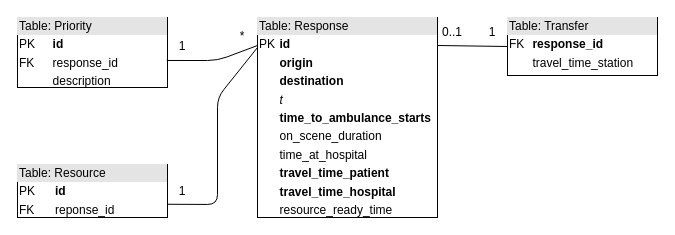
Before: providentia-docs/report/drawio/relational-design-sim.drawio in DavidBakerEffendi/providentia, a draw.io diagram. Source tidied: cells renumbered, new cells numbered last; positions are measured from the earlier drawing's top-left corner, leaving out a move shared by most shapes. Both pictures are drawn from the tidied source at 100%, with x=0, y=0 at pixel (17, 17).
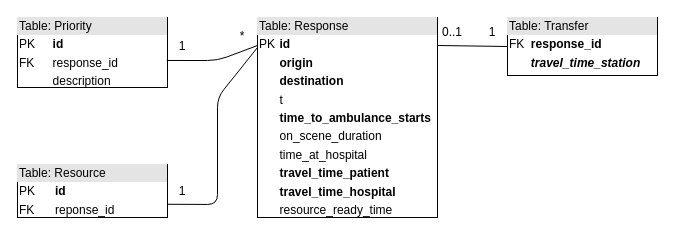
Above is the later version.

Commit message (it also covers changes not shown here):
Updated schema diagrams

The edit, as a diff of the source:
```diff
@@
 <mxGraphModel>
   <root>
     <mxCell id="0" />
     <mxCell id="1" parent="0" />
-    <mxCell id="2" value="&lt;div style=&quot;box-sizing: border-box ; width: 100% ; background: #e4e4e4 ; padding: 2px&quot;&gt;Table: Response&lt;/div&gt;&lt;table style=&quot;width: 100% ; font-size: 1em&quot; cellpadding=&quot;2&quot; cellspacing=&quot;0&quot;&gt;&lt;tbody&gt;&lt;tr&gt;&lt;td&gt;PK&lt;/td&gt;&lt;td&gt;&lt;b&gt;id&lt;/b&gt;&lt;/td&gt;&lt;/tr&gt;&lt;tr&gt;&lt;td&gt;&lt;br&gt;&lt;/td&gt;&lt;td&gt;&lt;b&gt;origin&lt;/b&gt;&lt;/td&gt;&lt;/tr&gt;&lt;tr&gt;&lt;td&gt;&lt;br&gt;&lt;/td&gt;&lt;td&gt;&lt;b&gt;destination&lt;/b&gt;&lt;/td&gt;&lt;/tr&gt;&lt;tr&gt;&lt;td&gt;&lt;br&gt;&lt;/td&gt;&lt;td&gt;&lt;i&gt;t&lt;/i&gt;&lt;/td&gt;&lt;/tr&gt;&lt;tr&gt;&lt;td&gt;&lt;br&gt;&lt;/td&gt;&lt;td&gt;&lt;b&gt;time_to_ambulance_starts&lt;/b&gt;&lt;/td&gt;&lt;/tr&gt;&lt;tr&gt;&lt;td&gt;&lt;br&gt;&lt;/td&gt;&lt;td&gt;on_scene_duration&lt;/td&gt;&lt;/tr&gt;&lt;tr&gt;&lt;td&gt;&lt;br&gt;&lt;/td&gt;&lt;td&gt;time_at_hospital&lt;/td&gt;&lt;/tr&gt;&lt;tr&gt;&lt;td&gt;&lt;br&gt;&lt;/td&gt;&lt;td&gt;&lt;b&gt;travel_time_patient&lt;/b&gt;&lt;/td&gt;&lt;/tr&gt;&lt;tr&gt;&lt;td&gt;&lt;br&gt;&lt;/td&gt;&lt;td&gt;&lt;b&gt;travel_time_hospital&lt;/b&gt;&lt;/td&gt;&lt;/tr&gt;&lt;tr&gt;&lt;td&gt;&lt;br&gt;&lt;/td&gt;&lt;td&gt;resource_ready_time&lt;/td&gt;&lt;/tr&gt;&lt;/tbody&gt;&lt;/table&gt;" style="verticalAlign=top;align=left;overflow=fill;html=1;" parent="1" vertex="1">
+    <mxCell id="2" value="&lt;div style=&quot;box-sizing: border-box ; width: 100% ; background: #e4e4e4 ; padding: 2px&quot;&gt;Table: Response&lt;/div&gt;&lt;table style=&quot;width: 100% ; font-size: 1em&quot; cellpadding=&quot;2&quot; cellspacing=&quot;0&quot;&gt;&lt;tbody&gt;&lt;tr&gt;&lt;td&gt;PK&lt;/td&gt;&lt;td&gt;&lt;b&gt;id&lt;/b&gt;&lt;/td&gt;&lt;/tr&gt;&lt;tr&gt;&lt;td&gt;&lt;br&gt;&lt;/td&gt;&lt;td&gt;&lt;b&gt;origin&lt;/b&gt;&lt;/td&gt;&lt;/tr&gt;&lt;tr&gt;&lt;td&gt;&lt;br&gt;&lt;/td&gt;&lt;td&gt;&lt;b&gt;destination&lt;/b&gt;&lt;/td&gt;&lt;/tr&gt;&lt;tr&gt;&lt;td&gt;&lt;br&gt;&lt;/td&gt;&lt;td&gt;t&lt;/td&gt;&lt;/tr&gt;&lt;tr&gt;&lt;td&gt;&lt;br&gt;&lt;/td&gt;&lt;td&gt;&lt;b&gt;time_to_ambulance_starts&lt;/b&gt;&lt;/td&gt;&lt;/tr&gt;&lt;tr&gt;&lt;td&gt;&lt;br&gt;&lt;/td&gt;&lt;td&gt;on_scene_duration&lt;/td&gt;&lt;/tr&gt;&lt;tr&gt;&lt;td&gt;&lt;br&gt;&lt;/td&gt;&lt;td&gt;time_at_hospital&lt;/td&gt;&lt;/tr&gt;&lt;tr&gt;&lt;td&gt;&lt;br&gt;&lt;/td&gt;&lt;td&gt;&lt;b&gt;travel_time_patient&lt;/b&gt;&lt;/td&gt;&lt;/tr&gt;&lt;tr&gt;&lt;td&gt;&lt;br&gt;&lt;/td&gt;&lt;td&gt;&lt;b&gt;travel_time_hospital&lt;/b&gt;&lt;/td&gt;&lt;/tr&gt;&lt;tr&gt;&lt;td&gt;&lt;br&gt;&lt;/td&gt;&lt;td&gt;resource_ready_time&lt;/td&gt;&lt;/tr&gt;&lt;/tbody&gt;&lt;/table&gt;" style="verticalAlign=top;align=left;overflow=fill;html=1;" parent="1" vertex="1">
       <mxGeometry x="240" width="180" height="200" as="geometry" />
     </mxCell>
     <mxCell id="3" value="&lt;div style=&quot;box-sizing: border-box ; width: 100% ; background: #e4e4e4 ; padding: 2px&quot;&gt;Table: Priority&lt;/div&gt;&lt;table style=&quot;width: 100% ; font-size: 1em&quot; cellpadding=&quot;2&quot; cellspacing=&quot;0&quot;&gt;&lt;tbody&gt;&lt;tr&gt;&lt;td&gt;PK&lt;/td&gt;&lt;td&gt;&lt;b&gt;id&lt;/b&gt;&lt;/td&gt;&lt;/tr&gt;&lt;tr&gt;&lt;td&gt;FK&lt;/td&gt;&lt;td&gt;response_id&lt;/td&gt;&lt;/tr&gt;&lt;tr&gt;&lt;td&gt;&lt;br&gt;&lt;/td&gt;&lt;td&gt;description&lt;/td&gt;&lt;/tr&gt;&lt;/tbody&gt;&lt;/table&gt;" style="verticalAlign=top;align=left;overflow=fill;html=1;" parent="1" vertex="1">
       <mxGeometry width="150" height="70" as="geometry" />
     </mxCell>
-    <mxCell id="4" value="&lt;div style=&quot;box-sizing: border-box ; width: 100% ; background: #e4e4e4 ; padding: 2px&quot;&gt;Table: Transfer&lt;/div&gt;&lt;table style=&quot;width: 100% ; font-size: 1em&quot; cellpadding=&quot;2&quot; cellspacing=&quot;0&quot;&gt;&lt;tbody&gt;&lt;tr&gt;&lt;td&gt;FK&lt;/td&gt;&lt;td&gt;&lt;b&gt;response_id&lt;/b&gt;&lt;/td&gt;&lt;/tr&gt;&lt;tr&gt;&lt;td&gt;&lt;br&gt;&lt;/td&gt;&lt;td&gt;travel_time_station&lt;/td&gt;&lt;/tr&gt;&lt;tr&gt;&lt;td&gt;&lt;br&gt;&lt;/td&gt;&lt;td&gt;&lt;/td&gt;&lt;/tr&gt;&lt;/tbody&gt;&lt;/table&gt;" style="verticalAlign=top;align=left;overflow=fill;html=1;" parent="1" vertex="1">
+    <mxCell id="4" value="&lt;div style=&quot;box-sizing: border-box ; width: 100% ; background: #e4e4e4 ; padding: 2px&quot;&gt;Table: Transfer&lt;/div&gt;&lt;table style=&quot;width: 100% ; font-size: 1em&quot; cellpadding=&quot;2&quot; cellspacing=&quot;0&quot;&gt;&lt;tbody&gt;&lt;tr&gt;&lt;td&gt;FK&lt;/td&gt;&lt;td&gt;&lt;b&gt;response_id&lt;/b&gt;&lt;/td&gt;&lt;/tr&gt;&lt;tr&gt;&lt;td&gt;&lt;br&gt;&lt;/td&gt;&lt;td&gt;&lt;i&gt;&lt;b&gt;travel_time_station&lt;/b&gt;&lt;/i&gt;&lt;/td&gt;&lt;/tr&gt;&lt;tr&gt;&lt;td&gt;&lt;br&gt;&lt;/td&gt;&lt;td&gt;&lt;/td&gt;&lt;/tr&gt;&lt;/tbody&gt;&lt;/table&gt;" style="verticalAlign=top;align=left;overflow=fill;html=1;" parent="1" vertex="1">
       <mxGeometry x="490" width="150" height="58" as="geometry" />
     </mxCell>
     <mxCell id="5" value="&lt;div style=&quot;box-sizing: border-box ; width: 100% ; background: #e4e4e4 ; padding: 2px&quot;&gt;Table: Resource&lt;/div&gt;&lt;table style=&quot;width: 100% ; font-size: 1em&quot; cellpadding=&quot;2&quot; cellspacing=&quot;0&quot;&gt;&lt;tbody&gt;&lt;tr&gt;&lt;td&gt;PK&lt;/td&gt;&lt;td&gt;&lt;b&gt;id&lt;/b&gt;&lt;/td&gt;&lt;/tr&gt;&lt;tr&gt;&lt;td&gt;FK&lt;/td&gt;&lt;td&gt;reponse_id&lt;/td&gt;&lt;/tr&gt;&lt;tr&gt;&lt;td&gt;&lt;/td&gt;&lt;td&gt;&lt;/td&gt;&lt;/tr&gt;&lt;/tbody&gt;&lt;/table&gt;" style="verticalAlign=top;align=left;overflow=fill;html=1;" parent="1" vertex="1">
       <mxGeometry y="147" width="150" height="53" as="geometry" />
     </mxCell>
     <mxCell id="6" style="endArrow=none;html=1;entryX=0.995;entryY=0.614;entryDx=0;entryDy=0;entryPerimeter=0;exitX=0;exitY=0.14;exitDx=0;exitDy=0;exitPerimeter=0;" parent="1" edge="1" source="2" target="3">
       <mxGeometry relative="1" as="geometry">
         <Array as="points">
           <mxPoint x="200" y="43" />
         </Array>
       </mxGeometry>
     </mxCell>
     <mxCell id="7" style="endArrow=none;html=1;entryX=0;entryY=0.5;entryDx=0;entryDy=0;" parent="1" edge="1" target="4">
       <mxGeometry relative="1" as="geometry">
         <mxPoint x="420" y="28" as="sourcePoint" />
       </mxGeometry>
     </mxCell>
     <mxCell id="8" style="endArrow=none;html=1;entryX=1;entryY=0.75;entryDx=0;entryDy=0;exitX=0;exitY=0.15;exitDx=0;exitDy=0;exitPerimeter=0;" parent="1" edge="1" source="2" target="5">
       <mxGeometry relative="1" as="geometry">
         <Array as="points">
           <mxPoint x="200" y="80" />
           <mxPoint x="200" y="187" />
         </Array>
       </mxGeometry>
     </mxCell>
     <mxCell id="9" value="1" style="text;html=1;strokeColor=none;fillColor=none;align=center;verticalAlign=middle;whiteSpace=wrap;rounded=0;" parent="1" vertex="1">
       <mxGeometry x="150" y="19" width="30" height="20" as="geometry" />
     </mxCell>
     <mxCell id="10" value="*" style="text;html=1;strokeColor=none;fillColor=none;align=center;verticalAlign=middle;whiteSpace=wrap;rounded=0;" parent="1" vertex="1">
       <mxGeometry x="210" y="9" width="30" height="20" as="geometry" />
     </mxCell>
     <mxCell id="11" value="1" style="text;html=1;strokeColor=none;fillColor=none;align=center;verticalAlign=middle;whiteSpace=wrap;rounded=0;" parent="1" vertex="1">
       <mxGeometry x="150" y="163.5" width="30" height="20" as="geometry" />
     </mxCell>
     <mxCell id="12" value="1" style="text;html=1;strokeColor=none;fillColor=none;align=center;verticalAlign=middle;whiteSpace=wrap;rounded=0;" parent="1" vertex="1">
       <mxGeometry x="460" y="5" width="30" height="20" as="geometry" />
     </mxCell>
     <mxCell id="13" value="0..1" style="text;html=1;strokeColor=none;fillColor=none;align=center;verticalAlign=middle;whiteSpace=wrap;rounded=0;" parent="1" vertex="1">
       <mxGeometry x="420" y="5" width="30" height="20" as="geometry" />
     </mxCell>
   </root>
 </mxGraphModel>
```
